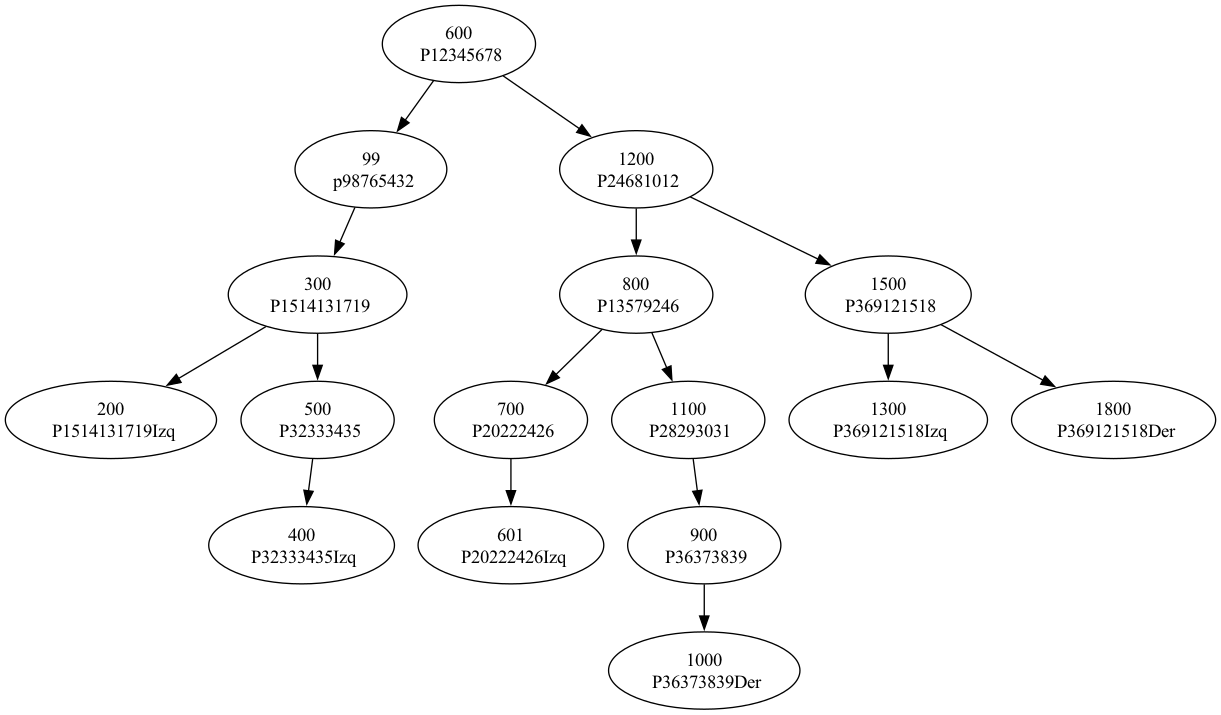
Above: grafica_arbol.png in Edwinhndz/201807124_EDD_Proyecto (Graphviz), before the change. Its source is kept beside it as grafica_arbol.dot.
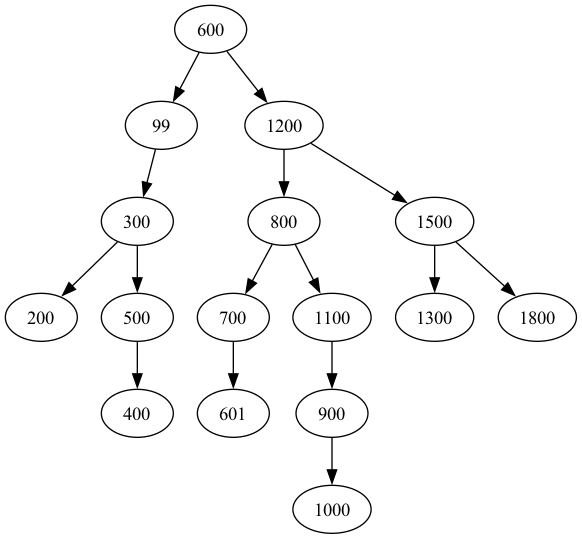
After the commit.

Diff of the diagram source:
```diff
@@ -1,77 +1,47 @@
 digraph G {
-P12345678[label ="600
- P12345678"];
-P12345678->p98765432;
-p98765432[label ="99
- P12345678Izq"];
-p98765432[label ="99
- p98765432"];
-p98765432->P1514131719;
-P1514131719[label ="300
- p98765432Der"];
-P1514131719[label ="300
- P1514131719"];
+P12345678[label ="600"];
+P12345678->P98765432;
+P98765432[label ="99"];
+P98765432[label ="99"];
+P98765432->P1514131719;
+P1514131719[label ="300"];
+P1514131719[label ="300"];
 P1514131719->P44454647;
-P44454647[label ="200
- P1514131719Izq"];
-P1514131719[label ="300
- P1514131719"];
+P44454647[label ="200"];
+P1514131719[label ="300"];
 P1514131719->P32333435;
-P32333435[label ="500
- P1514131719Der"];
-P32333435[label ="500
- P32333435"];
+P32333435[label ="500"];
+P32333435[label ="500"];
 P32333435->P60616263;
-P60616263[label ="400
- P32333435Izq"];
-P12345678[label ="600
- P12345678"];
+P60616263[label ="400"];
+P12345678[label ="600"];
 P12345678->P24681012;
-P24681012[label ="1200
- P12345678Der"];
-P24681012[label ="1200
- P24681012"];
+P24681012[label ="1200"];
+P24681012[label ="1200"];
 P24681012->P13579246;
-P13579246[label ="800
- P24681012Izq"];
-P13579246[label ="800
- P13579246"];
+P13579246[label ="800"];
+P13579246[label ="800"];
 P13579246->P20222426;
-P20222426[label ="700
- P13579246Izq"];
-P20222426[label ="700
- P20222426"];
+P20222426[label ="700"];
+P20222426[label ="700"];
 P20222426->P52535455;
-P52535455[label ="601
- P20222426Izq"];
-P13579246[label ="800
- P13579246"];
+P52535455[label ="601"];
+P13579246[label ="800"];
 P13579246->P28293031;
-P28293031[label ="1100
- P13579246Der"];
-P28293031[label ="1100
- P28293031"];
+P28293031[label ="1100"];
+P28293031[label ="1100"];
 P28293031->P36373839;
-P36373839[label ="900
- P28293031Izq"];
-P36373839[label ="900
- P36373839"];
+P36373839[label ="900"];
+P36373839[label ="900"];
 P36373839->P56575859;
-P56575859[label ="1000
- P36373839Der"];
-P24681012[label ="1200
- P24681012"];
+P56575859[label ="1000"];
+P24681012[label ="1200"];
 P24681012->P369121518;
-P369121518[label ="1500
- P24681012Der"];
-P369121518[label ="1500
- P369121518"];
+P369121518[label ="1500"];
+P369121518[label ="1500"];
 P369121518->P40414243;
-P40414243[label ="1300
- P369121518Izq"];
-P369121518[label ="1500
- P369121518"];
+P40414243[label ="1300"];
+P369121518[label ="1500"];
 P369121518->P48495051;
-P48495051[label ="1800
- P369121518Der"];
+P48495051[label ="1800"];
  }
```
